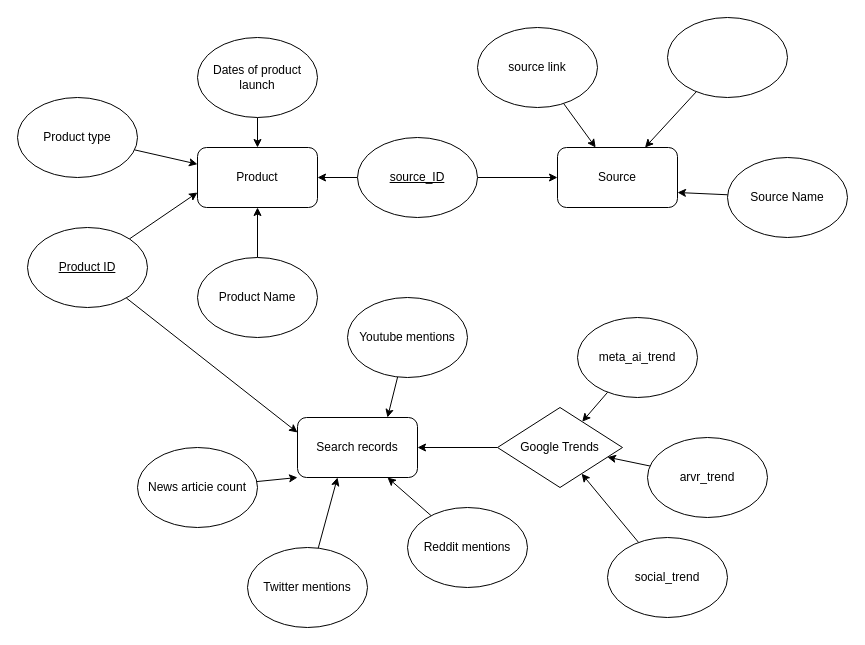
Earlier version of the draw.io diagram Dataflow.drawio (Manoj632004/Time-series-Analysis). Source tidied: cells renumbered, new cells numbered last; positions are measured from the earlier drawing's top-left corner, leaving out a move shared by most shapes. Both pictures are drawn from the tidied source at 100%, with x=0, y=0 at pixel (17, 17).
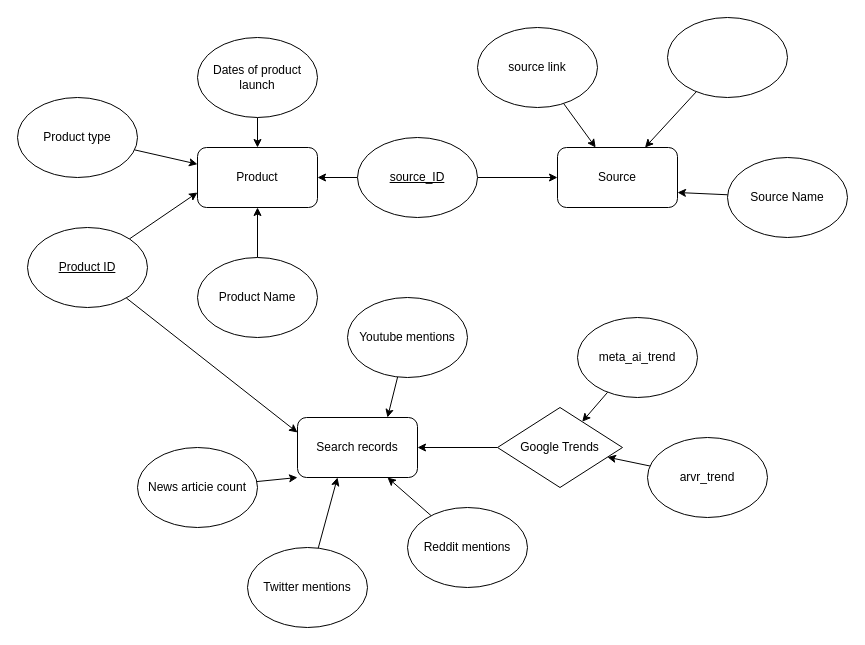
The same page after the edit.

The change refers to these unchanged cells:
```xml
<mxCell id="28" value="Google Trends" style="rhombus;whiteSpace=wrap;html=1;" parent="1" vertex="1">
  <mxGeometry x="480" y="390" width="125" height="80" as="geometry" />
</mxCell>
```

What changed in the source:
```diff
@@
-    <mxCell id="33" style="edgeStyle=none;html=1;" parent="1" edge="1" source="34" target="28">
-      <mxGeometry relative="1" as="geometry" />
-    </mxCell>
-    <mxCell id="34" value="social_trend" style="ellipse;whiteSpace=wrap;html=1;" parent="1" vertex="1">
-      <mxGeometry x="590" y="520" width="120" height="80" as="geometry" />
-    </mxCell>
```
